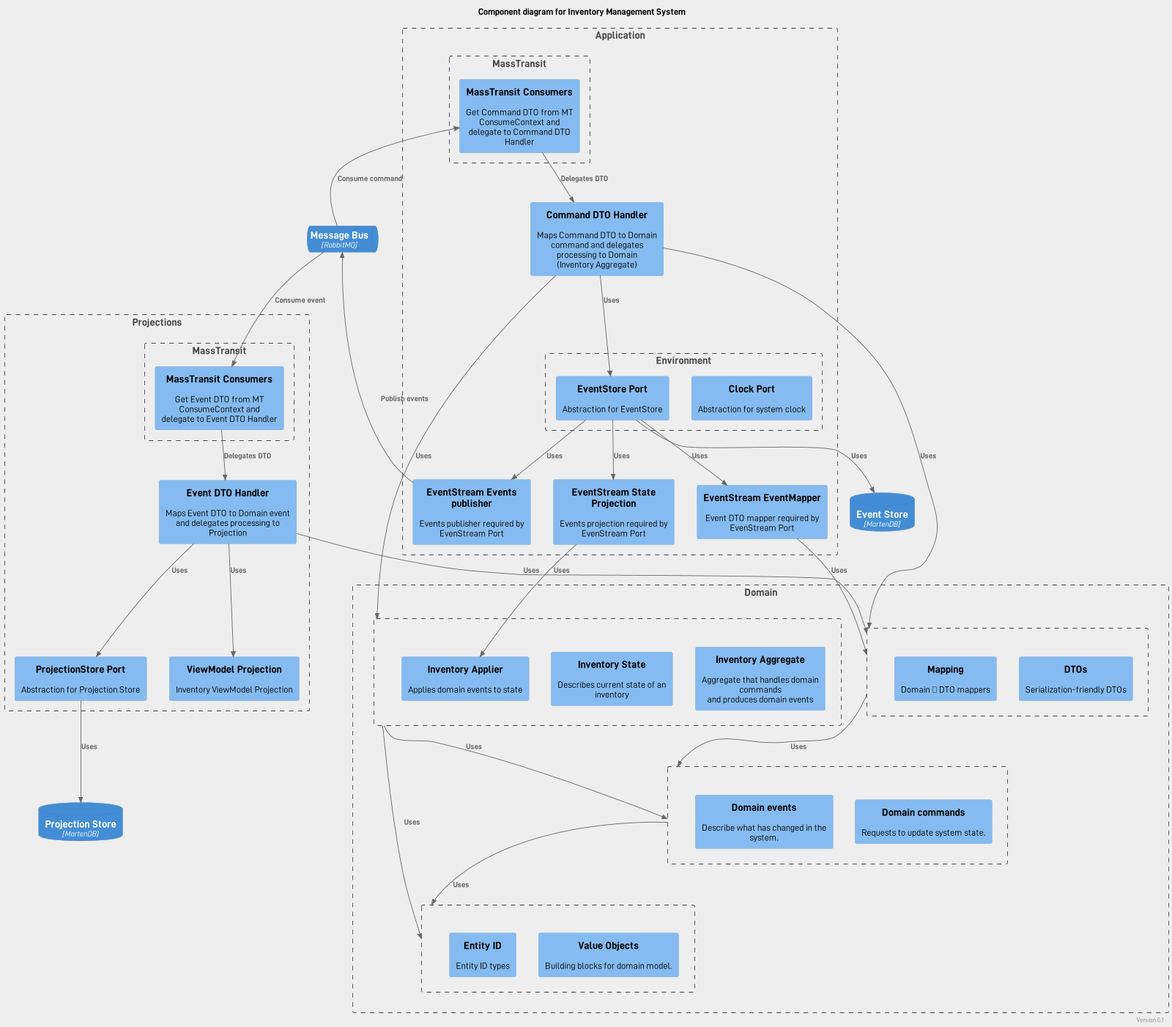
The PlantUML diagram doc/C4/component.png in iblazhko/cqrs-fsharp, before a commit.
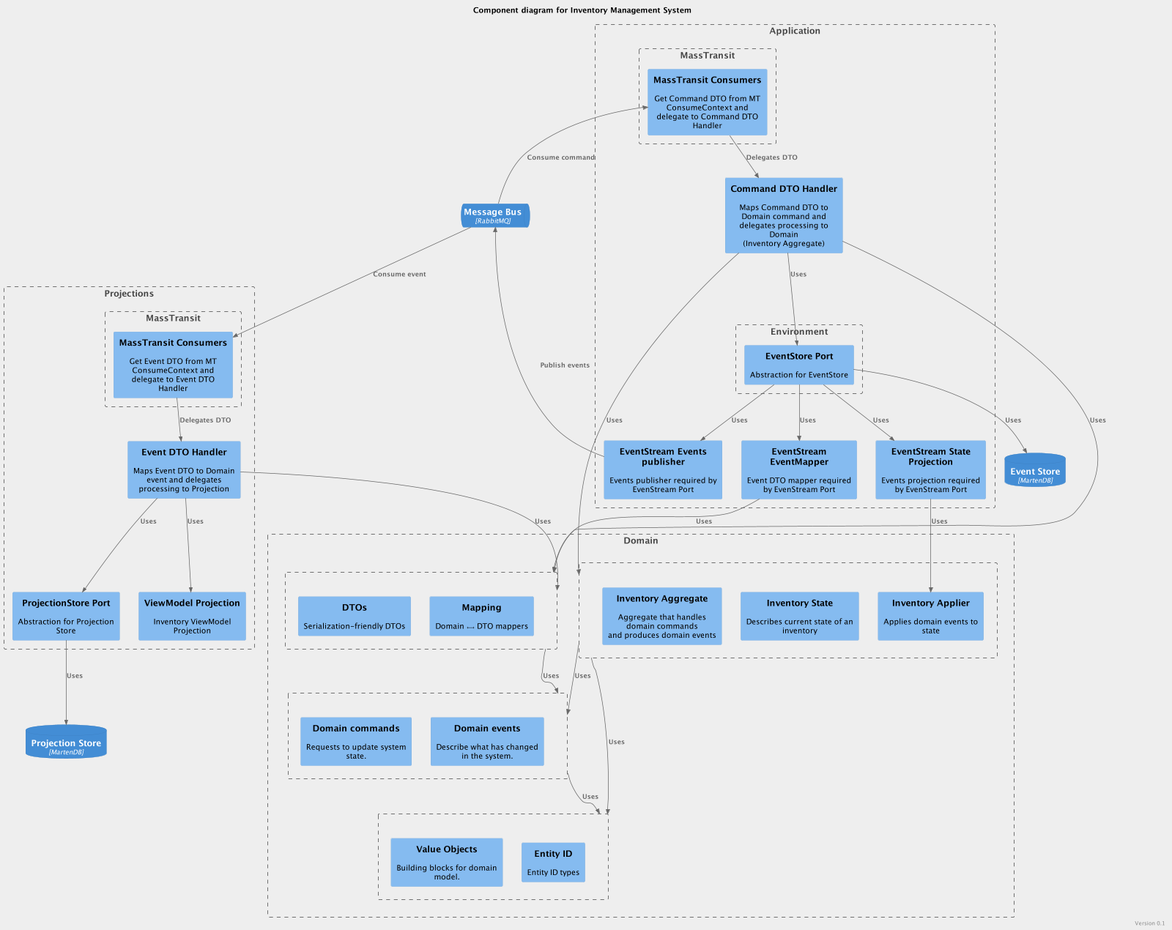
Later version of the same file.

Diff of the diagram source:
```diff
@@ -48,7 +48,6 @@
 
 Boundary(application_boundary, "Application") {
     Boundary(application_env, "Environment") {
-        Component(clock_port, "Clock Port", "", "Abstraction for system clock")
         Component(eventstore_port, "EventStore Port", "", "Abstraction for EventStore")
     }
 
```
